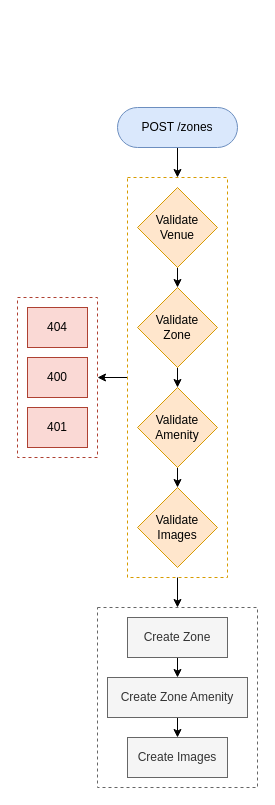
Before: venue-service/docs/flows/zone/zone-creation-flow.drawio in mhmd-zbib/event-management-system, a draw.io diagram. Source tidied: cells renumbered, new cells numbered last; positions are measured from the earlier drawing's top-left corner, leaving out a move shared by most shapes. Both pictures are drawn from the tidied source at 100%, with x=0, y=0 at pixel (17, 107).
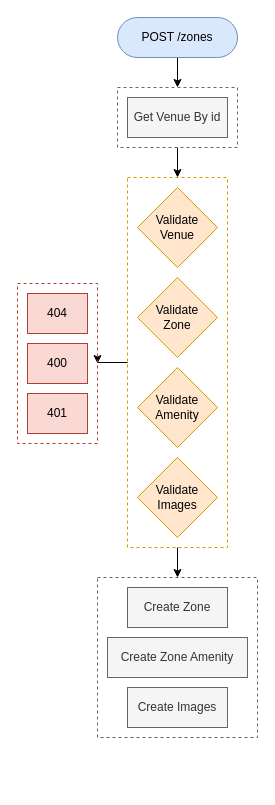
Above is the later version.

Commit message (it also covers changes not shown here):
docs: created zone and venue diagrams

The change refers to these unchanged cells:
```xml
<mxCell id="9" value="Validate&lt;div&gt;Venue&lt;/div&gt;" style="rhombus;whiteSpace=wrap;html=1;fillColor=#ffe6cc;strokeColor=#d79b00;" parent="1" vertex="1">
  <mxGeometry x="120" y="80" width="80" height="80" as="geometry" />
</mxCell>
```

What changed in the source:
```diff
@@
     <mxCell id="2" style="rounded=0;whiteSpace=wrap;html=1;fillColor=none;fontColor=#333333;strokeColor=#666666;dashed=1;" parent="1" vertex="1">
-      <mxGeometry x="80" y="500" width="160" height="180" as="geometry" />
+      <mxGeometry x="80" y="470" width="160" height="160" as="geometry" />
     </mxCell>
+    <mxCell id="4" style="edgeStyle=orthogonalEdgeStyle;rounded=0;jettySize=auto;html=1;exitX=0;exitY=0.5;exitDx=0;exitDy=0;entryX=1;entryY=0.5;entryDx=0;entryDy=0;" parent="1" edge="1" source="5" target="20">
+      <mxGeometry relative="1" as="geometry" />
+    </mxCell>
@@
-    <mxCell id="4" style="edgeStyle=orthogonalEdgeStyle;rounded=0;jettySize=auto;html=1;exitX=0;exitY=0.5;exitDx=0;exitDy=0;entryX=1;entryY=0.5;entryDx=0;entryDy=0;" parent="1" edge="1" source="5" target="20">
-      <mxGeometry relative="1" as="geometry" />
-    </mxCell>
     <mxCell id="5" style="rounded=0;whiteSpace=wrap;html=1;fillColor=none;strokeColor=#d79b00;dashed=1;" parent="1" vertex="1">
-      <mxGeometry x="110" y="70" width="100" height="400" as="geometry" />
+      <mxGeometry x="110" y="70" width="100" height="370" as="geometry" />
     </mxCell>
-    <mxCell id="6" style="edgeStyle=orthogonalEdgeStyle;rounded=0;jettySize=auto;html=1;exitX=0.5;exitY=1;exitDx=0;exitDy=0;entryX=0.5;entryY=0;entryDx=0;entryDy=0;" parent="1" edge="1" source="7" target="5">
-      <mxGeometry relative="1" as="geometry" />
-    </mxCell>
+    <mxCell id="24" style="edgeStyle=orthogonalEdgeStyle;rounded=0;jettySize=auto;html=1;exitX=0.5;exitY=1;exitDx=0;exitDy=0;entryX=0.5;entryY=0;entryDx=0;entryDy=0;" parent="1" edge="1" source="7" target="27">
+      <mxGeometry relative="1" as="geometry" />
+    </mxCell>
     <mxCell id="7" value="POST /zones" style="rounded=1;whiteSpace=wrap;html=1;arcSize=50;fillColor=#dae8fc;strokeColor=#6c8ebf;" parent="1" vertex="1">
-      <mxGeometry x="100" width="120" height="40" as="geometry" />
+      <mxGeometry x="100" y="-90" width="120" height="40" as="geometry" />
     </mxCell>
-    <mxCell id="8" style="edgeStyle=orthogonalEdgeStyle;rounded=0;jettySize=auto;html=1;exitX=0.5;exitY=1;exitDx=0;exitDy=0;entryX=0.5;entryY=0;entryDx=0;entryDy=0;" parent="1" edge="1" source="9" target="11">
-      <mxGeometry relative="1" as="geometry" />
-    </mxCell>
@@
-    <mxCell id="10" style="edgeStyle=orthogonalEdgeStyle;rounded=0;jettySize=auto;html=1;exitX=0.5;exitY=1;exitDx=0;exitDy=0;entryX=0.5;entryY=0;entryDx=0;entryDy=0;" parent="1" edge="1" source="11" target="13">
-      <mxGeometry relative="1" as="geometry" />
-    </mxCell>
     <mxCell id="11" value="Validate&lt;div&gt;Zone&lt;/div&gt;" style="rhombus;whiteSpace=wrap;html=1;fillColor=#ffe6cc;strokeColor=#d79b00;" parent="1" vertex="1">
-      <mxGeometry x="120" y="180" width="80" height="80" as="geometry" />
+      <mxGeometry x="120" y="170" width="80" height="80" as="geometry" />
     </mxCell>
-    <mxCell id="12" style="edgeStyle=orthogonalEdgeStyle;rounded=0;jettySize=auto;html=1;exitX=0.5;exitY=1;exitDx=0;exitDy=0;entryX=0.5;entryY=0;entryDx=0;entryDy=0;" parent="1" edge="1" source="13" target="14">
-      <mxGeometry relative="1" as="geometry" />
-    </mxCell>
     <mxCell id="13" value="Validate&lt;div&gt;Amenity&lt;/div&gt;" style="rhombus;whiteSpace=wrap;html=1;fillColor=#ffe6cc;strokeColor=#d79b00;" parent="1" vertex="1">
-      <mxGeometry x="120" y="280" width="80" height="80" as="geometry" />
+      <mxGeometry x="120" y="260" width="80" height="80" as="geometry" />
     </mxCell>
     <mxCell id="14" value="Validate&lt;div&gt;Images&lt;/div&gt;" style="rhombus;whiteSpace=wrap;html=1;fillColor=#ffe6cc;strokeColor=#d79b00;" parent="1" vertex="1">
-      <mxGeometry x="120" y="380" width="80" height="80" as="geometry" />
+      <mxGeometry x="120" y="350" width="80" height="80" as="geometry" />
     </mxCell>
-    <mxCell id="15" style="edgeStyle=orthogonalEdgeStyle;rounded=0;jettySize=auto;html=1;exitX=0.5;exitY=1;exitDx=0;exitDy=0;entryX=0.5;entryY=0;entryDx=0;entryDy=0;" parent="1" edge="1" source="16" target="18">
-      <mxGeometry relative="1" as="geometry" />
-    </mxCell>
     <mxCell id="16" value="Create Zone" style="rounded=0;whiteSpace=wrap;html=1;fillColor=#f5f5f5;fontColor=#333333;strokeColor=#666666;" parent="1" vertex="1">
-      <mxGeometry x="110" y="510" width="100" height="40" as="geometry" />
+      <mxGeometry x="110" y="480" width="100" height="40" as="geometry" />
     </mxCell>
-    <mxCell id="17" style="edgeStyle=orthogonalEdgeStyle;rounded=0;jettySize=auto;html=1;exitX=0.5;exitY=1;exitDx=0;exitDy=0;entryX=0.5;entryY=0;entryDx=0;entryDy=0;" parent="1" edge="1" source="18" target="19">
-      <mxGeometry relative="1" as="geometry" />
-    </mxCell>
     <mxCell id="18" value="Create Zone Amenity" style="rounded=0;whiteSpace=wrap;html=1;fillColor=#f5f5f5;fontColor=#333333;strokeColor=#666666;" parent="1" vertex="1">
-      <mxGeometry x="90" y="570" width="140" height="40" as="geometry" />
+      <mxGeometry x="90" y="530" width="140" height="40" as="geometry" />
     </mxCell>
     <mxCell id="19" value="Create Images" style="rounded=0;whiteSpace=wrap;html=1;fillColor=#f5f5f5;fontColor=#333333;strokeColor=#666666;" parent="1" vertex="1">
-      <mxGeometry x="110" y="630" width="100" height="40" as="geometry" />
+      <mxGeometry x="110" y="580" width="100" height="40" as="geometry" />
     </mxCell>
     <mxCell id="20" style="rounded=0;whiteSpace=wrap;html=1;fillColor=none;strokeColor=#ae4132;dashed=1;" parent="1" vertex="1">
-      <mxGeometry y="190" width="80" height="160" as="geometry" />
+      <mxGeometry y="176" width="80" height="160" as="geometry" />
     </mxCell>
     <mxCell id="21" value="404" style="rounded=0;whiteSpace=wrap;html=1;fillColor=#fad9d5;strokeColor=#ae4132;" parent="1" vertex="1">
-      <mxGeometry x="10" y="200" width="60" height="40" as="geometry" />
+      <mxGeometry x="10" y="186" width="60" height="40" as="geometry" />
     </mxCell>
     <mxCell id="22" value="400" style="rounded=0;whiteSpace=wrap;html=1;fillColor=#fad9d5;strokeColor=#ae4132;" parent="1" vertex="1">
-      <mxGeometry x="10" y="250" width="60" height="40" as="geometry" />
+      <mxGeometry x="10" y="236" width="60" height="40" as="geometry" />
     </mxCell>
     <mxCell id="23" value="401" style="rounded=0;whiteSpace=wrap;html=1;fillColor=#fad9d5;strokeColor=#ae4132;" parent="1" vertex="1">
-      <mxGeometry x="10" y="300" width="60" height="40" as="geometry" />
+      <mxGeometry x="10" y="286" width="60" height="40" as="geometry" />
     </mxCell>
+    <mxCell id="25" value="Get Venue By id" style="rounded=0;whiteSpace=wrap;html=1;fillColor=#f5f5f5;fontColor=#333333;strokeColor=#666666;" parent="1" vertex="1">
+      <mxGeometry x="110" y="-10" width="100" height="40" as="geometry" />
+    </mxCell>
+    <mxCell id="26" style="edgeStyle=orthogonalEdgeStyle;rounded=0;jettySize=auto;html=1;exitX=0.5;exitY=1;exitDx=0;exitDy=0;entryX=0.5;entryY=0;entryDx=0;entryDy=0;" parent="1" edge="1" source="27" target="5">
+      <mxGeometry relative="1" as="geometry" />
+    </mxCell>
+    <mxCell id="27" style="rounded=0;whiteSpace=wrap;html=1;fillColor=none;fontColor=#333333;strokeColor=#666666;dashed=1;" parent="1" vertex="1">
+      <mxGeometry x="100" y="-20" width="120" height="60" as="geometry" />
+    </mxCell>
```
